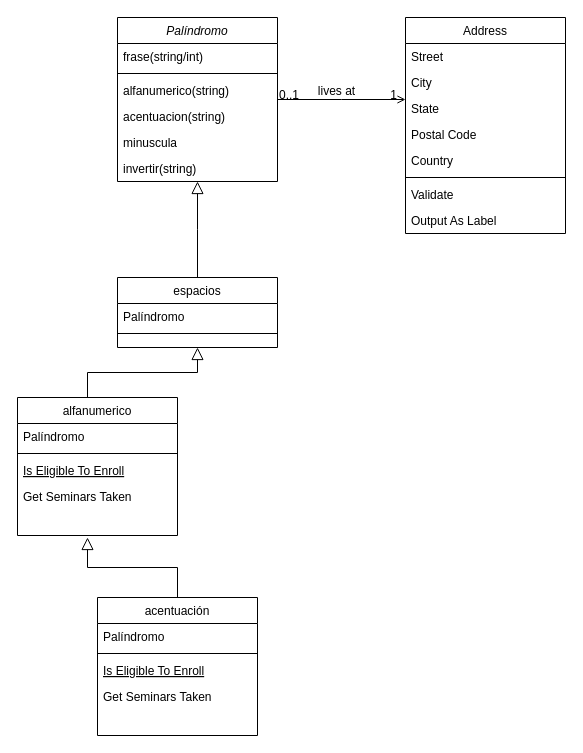
Above: Untitled Diagram.drawio in andmansim/Ejercicios-recursividad (draw.io), before the change. Source tidied: cells renumbered, new cells numbered last; positions are measured from the earlier drawing's top-left corner, leaving out a move shared by most shapes. Both pictures are drawn from the tidied source at 100%, with x=0, y=0 at pixel (17, 17).
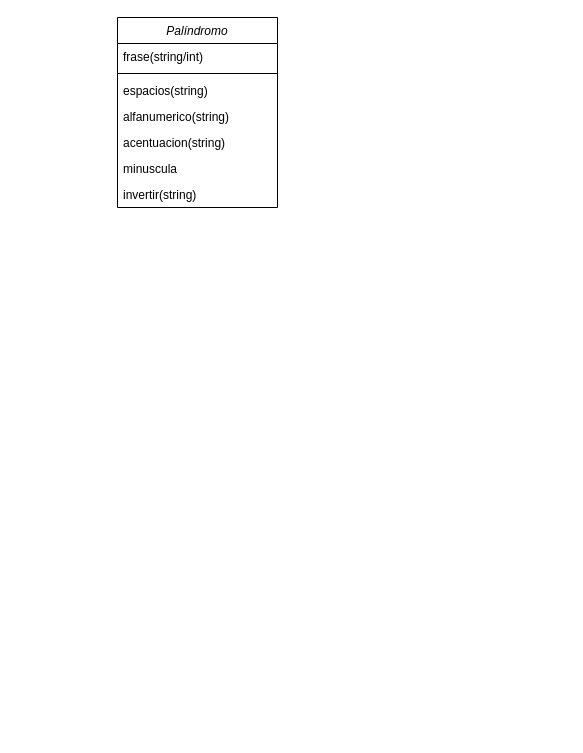
After the change.

Commit message:
ejercicio palindromo

Diff of the diagram source:
```diff
@@
     <mxCell id="2" value="Palíndromo" style="swimlane;fontStyle=2;align=center;verticalAlign=top;horizontal=1;startSize=26;rounded=0;shadow=0;strokeWidth=1;" parent="1" vertex="1">
-      <mxGeometry x="100" width="160" height="164" as="geometry" />
+      <mxGeometry x="100" width="160" height="190" as="geometry" />
     </mxCell>
@@
+    <mxCell id="38" value="espacios(string)" style="text;align=left;verticalAlign=top;spacingLeft=4;spacingRight=4;overflow=hidden;" parent="2" vertex="1">
+      <mxGeometry y="60" width="160" height="26" as="geometry" />
+    </mxCell>
     <mxCell id="5" value="alfanumerico(string)" style="text;align=left;verticalAlign=top;spacingLeft=4;spacingRight=4;overflow=hidden;" parent="2" vertex="1">
-      <mxGeometry y="60" width="160" height="26" as="geometry" />
+      <mxGeometry y="86" width="160" height="26" as="geometry" />
     </mxCell>
     <mxCell id="6" value="acentuacion(string)" style="text;align=left;verticalAlign=top;spacingLeft=4;spacingRight=4;overflow=hidden;rounded=0;shadow=0;html=0;" parent="2" vertex="1">
-      <mxGeometry y="86" width="160" height="26" as="geometry" />
+      <mxGeometry y="112" width="160" height="26" as="geometry" />
     </mxCell>
     <mxCell id="7" value="minuscula" style="text;align=left;verticalAlign=top;spacingLeft=4;spacingRight=4;overflow=hidden;rounded=0;shadow=0;html=0;" parent="2" vertex="1">
-      <mxGeometry y="112" width="160" height="26" as="geometry" />
+      <mxGeometry y="138" width="160" height="26" as="geometry" />
     </mxCell>
     <mxCell id="8" value="invertir(string)" style="text;align=left;verticalAlign=top;spacingLeft=4;spacingRight=4;overflow=hidden;rounded=0;shadow=0;html=0;" parent="2" vertex="1">
-      <mxGeometry y="138" width="160" height="26" as="geometry" />
+      <mxGeometry y="164" width="160" height="26" as="geometry" />
     </mxCell>
-    <mxCell id="9" value="alfanumerico" style="swimlane;fontStyle=0;align=center;verticalAlign=top;horizontal=1;startSize=26;rounded=0;shadow=0;strokeWidth=1;" parent="1" vertex="1">
-      <mxGeometry y="380" width="160" height="138" as="geometry" />
-    </mxCell>
-    <mxCell id="10" value="Palíndromo" style="text;align=left;verticalAlign=top;spacingLeft=4;spacingRight=4;overflow=hidden;" parent="9" vertex="1">
-      <mxGeometry y="26" width="160" height="26" as="geometry" />
-    </mxCell>
-    <mxCell id="11" style="line;html=1;strokeWidth=1;align=left;verticalAlign=middle;spacingTop=-1;spacingLeft=3;spacingRight=3;labelPosition=right;" parent="9" vertex="1">
-      <mxGeometry y="52" width="160" height="8" as="geometry" />
-    </mxCell>
-    <mxCell id="12" value="Is Eligible To Enroll" style="text;align=left;verticalAlign=top;spacingLeft=4;spacingRight=4;overflow=hidden;fontStyle=4;" parent="9" vertex="1">
-      <mxGeometry y="60" width="160" height="26" as="geometry" />
-    </mxCell>
-    <mxCell id="13" value="Get Seminars Taken" style="text;align=left;verticalAlign=top;spacingLeft=4;spacingRight=4;overflow=hidden;" parent="9" vertex="1">
-      <mxGeometry y="86" width="160" height="26" as="geometry" />
-    </mxCell>
-    <mxCell id="14" style="endArrow=block;endSize=10;endFill=0;shadow=0;strokeWidth=1;rounded=0;edgeStyle=elbowEdgeStyle;elbow=vertical;" parent="1" edge="1" source="15" target="2">
-      <mxGeometry relative="1" as="geometry" />
-    </mxCell>
-    <mxCell id="15" value="espacios" style="swimlane;fontStyle=0;align=center;verticalAlign=top;horizontal=1;startSize=26;rounded=0;shadow=0;strokeWidth=1;" parent="1" vertex="1">
-      <mxGeometry x="100" y="260" width="160" height="70" as="geometry" />
-    </mxCell>
-    <mxCell id="16" value="Palíndromo" style="text;align=left;verticalAlign=top;spacingLeft=4;spacingRight=4;overflow=hidden;" parent="15" vertex="1">
-      <mxGeometry y="26" width="160" height="26" as="geometry" />
-    </mxCell>
-    <mxCell id="17" style="line;html=1;strokeWidth=1;align=left;verticalAlign=middle;spacingTop=-1;spacingLeft=3;spacingRight=3;labelPosition=right;" parent="15" vertex="1">
-      <mxGeometry y="52" width="160" height="8" as="geometry" />
-    </mxCell>
-    <mxCell id="18" value="Address" style="swimlane;fontStyle=0;align=center;verticalAlign=top;horizontal=1;startSize=26;rounded=0;shadow=0;strokeWidth=1;" parent="1" vertex="1">
-      <mxGeometry x="388" width="160" height="216" as="geometry" />
-    </mxCell>
-    <mxCell id="19" value="Street" style="text;align=left;verticalAlign=top;spacingLeft=4;spacingRight=4;overflow=hidden;" parent="18" vertex="1">
-      <mxGeometry y="26" width="160" height="26" as="geometry" />
-    </mxCell>
-    <mxCell id="20" value="City" style="text;align=left;verticalAlign=top;spacingLeft=4;spacingRight=4;overflow=hidden;rounded=0;shadow=0;html=0;" parent="18" vertex="1">
-      <mxGeometry y="52" width="160" height="26" as="geometry" />
-    </mxCell>
-    <mxCell id="21" value="State" style="text;align=left;verticalAlign=top;spacingLeft=4;spacingRight=4;overflow=hidden;rounded=0;shadow=0;html=0;" parent="18" vertex="1">
-      <mxGeometry y="78" width="160" height="26" as="geometry" />
-    </mxCell>
-    <mxCell id="22" value="Postal Code" style="text;align=left;verticalAlign=top;spacingLeft=4;spacingRight=4;overflow=hidden;rounded=0;shadow=0;html=0;" parent="18" vertex="1">
-      <mxGeometry y="104" width="160" height="26" as="geometry" />
-    </mxCell>
-    <mxCell id="23" value="Country" style="text;align=left;verticalAlign=top;spacingLeft=4;spacingRight=4;overflow=hidden;rounded=0;shadow=0;html=0;" parent="18" vertex="1">
-      <mxGeometry y="130" width="160" height="26" as="geometry" />
-    </mxCell>
-    <mxCell id="24" style="line;html=1;strokeWidth=1;align=left;verticalAlign=middle;spacingTop=-1;spacingLeft=3;spacingRight=3;labelPosition=right;" parent="18" vertex="1">
-      <mxGeometry y="156" width="160" height="8" as="geometry" />
-    </mxCell>
-    <mxCell id="25" value="Validate" style="text;align=left;verticalAlign=top;spacingLeft=4;spacingRight=4;overflow=hidden;" parent="18" vertex="1">
-      <mxGeometry y="164" width="160" height="26" as="geometry" />
-    </mxCell>
-    <mxCell id="26" value="Output As Label" style="text;align=left;verticalAlign=top;spacingLeft=4;spacingRight=4;overflow=hidden;" parent="18" vertex="1">
-      <mxGeometry y="190" width="160" height="26" as="geometry" />
-    </mxCell>
-    <mxCell id="27" style="endArrow=open;shadow=0;strokeWidth=1;rounded=0;endFill=1;edgeStyle=elbowEdgeStyle;elbow=vertical;" parent="1" edge="1" source="2" target="18">
-      <mxGeometry x="0.5" y="41" relative="1" as="geometry">
-        <mxPoint x="-40" y="32" as="offset" />
-      </mxGeometry>
-    </mxCell>
-    <mxCell id="28" value="0..1" style="align=left;verticalAlign=bottom;labelBackgroundColor=none;fontSize=12;" parent="27" vertex="1">
-      <mxGeometry x="-1" relative="1" as="geometry">
-        <mxPoint y="4" as="offset" />
-      </mxGeometry>
-    </mxCell>
-    <mxCell id="29" value="1" style="align=right;verticalAlign=bottom;labelBackgroundColor=none;fontSize=12;" parent="27" vertex="1">
-      <mxGeometry x="1" relative="1" as="geometry">
-        <mxPoint x="-7" y="4" as="offset" />
-      </mxGeometry>
-    </mxCell>
-    <mxCell id="30" value="lives at" style="text;html=1;align=center;verticalAlign=middle;labelBackgroundColor=none;rounded=0;shadow=0;strokeWidth=1;fontSize=12;" parent="27" vertex="1">
-      <mxGeometry x="0.5" y="49" relative="1" as="geometry">
-        <mxPoint x="-38" y="40" as="offset" />
-      </mxGeometry>
-    </mxCell>
-    <mxCell id="31" style="endArrow=block;endSize=10;endFill=0;shadow=0;strokeWidth=1;rounded=0;edgeStyle=elbowEdgeStyle;elbow=vertical;entryX=0.5;entryY=1;entryDx=0;entryDy=0;" parent="1" edge="1" target="15">
-      <mxGeometry relative="1" as="geometry">
-        <mxPoint x="70" y="380" as="sourcePoint" />
-      </mxGeometry>
-    </mxCell>
-    <mxCell id="32" style="endArrow=block;endSize=10;endFill=0;shadow=0;strokeWidth=1;rounded=0;edgeStyle=elbowEdgeStyle;elbow=vertical;exitX=0.5;exitY=0;exitDx=0;exitDy=0;" parent="1" edge="1" source="33">
-      <mxGeometry relative="1" as="geometry">
-        <mxPoint x="70" y="520" as="targetPoint" />
-      </mxGeometry>
-    </mxCell>
-    <mxCell id="33" value="acentuación" style="swimlane;fontStyle=0;align=center;verticalAlign=top;horizontal=1;startSize=26;rounded=0;shadow=0;strokeWidth=1;" parent="1" vertex="1">
-      <mxGeometry x="80" y="580" width="160" height="138" as="geometry" />
-    </mxCell>
-    <mxCell id="34" value="Palíndromo" style="text;align=left;verticalAlign=top;spacingLeft=4;spacingRight=4;overflow=hidden;" parent="33" vertex="1">
-      <mxGeometry y="26" width="160" height="26" as="geometry" />
-    </mxCell>
-    <mxCell id="35" style="line;html=1;strokeWidth=1;align=left;verticalAlign=middle;spacingTop=-1;spacingLeft=3;spacingRight=3;labelPosition=right;" parent="33" vertex="1">
-      <mxGeometry y="52" width="160" height="8" as="geometry" />
-    </mxCell>
-    <mxCell id="36" value="Is Eligible To Enroll" style="text;align=left;verticalAlign=top;spacingLeft=4;spacingRight=4;overflow=hidden;fontStyle=4;" parent="33" vertex="1">
-      <mxGeometry y="60" width="160" height="26" as="geometry" />
-    </mxCell>
-    <mxCell id="37" value="Get Seminars Taken" style="text;align=left;verticalAlign=top;spacingLeft=4;spacingRight=4;overflow=hidden;" parent="33" vertex="1">
-      <mxGeometry y="86" width="160" height="26" as="geometry" />
-    </mxCell>
```
